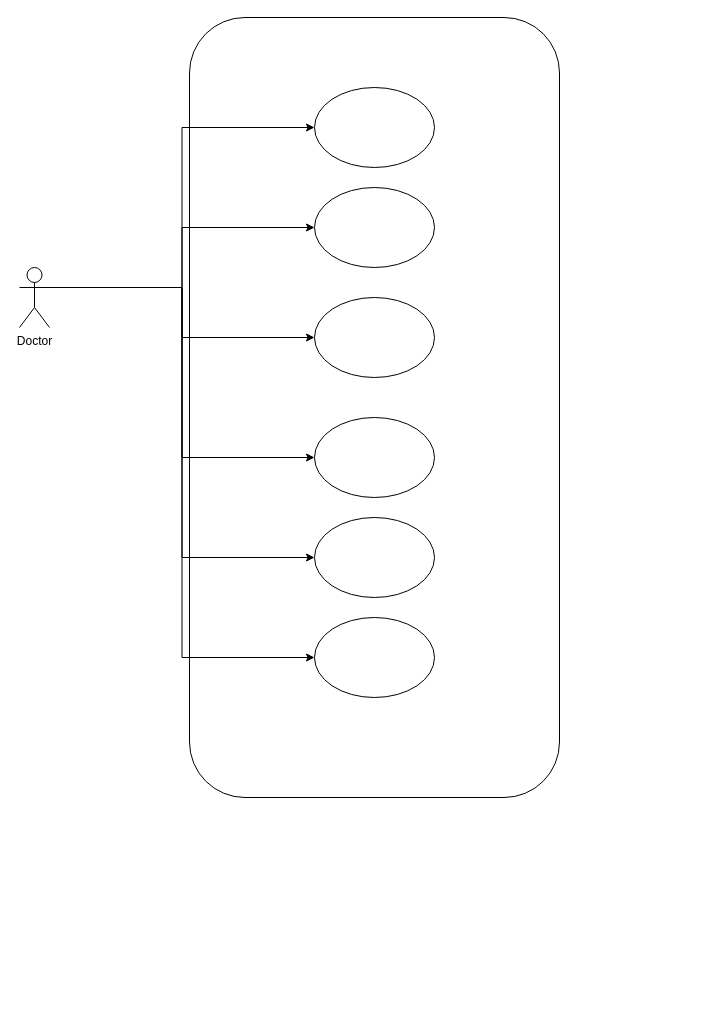
Before: page "doctor" (2 of 5) of STQA.drawio in MohitBurkule/doctorconnect, a draw.io diagram. Source tidied: cells renumbered, new cells numbered last; positions are measured from the earlier drawing's top-left corner, leaving out a move shared by most shapes. Both pictures are drawn from the tidied source at 100%, with x=0, y=0 at pixel (19, 17).
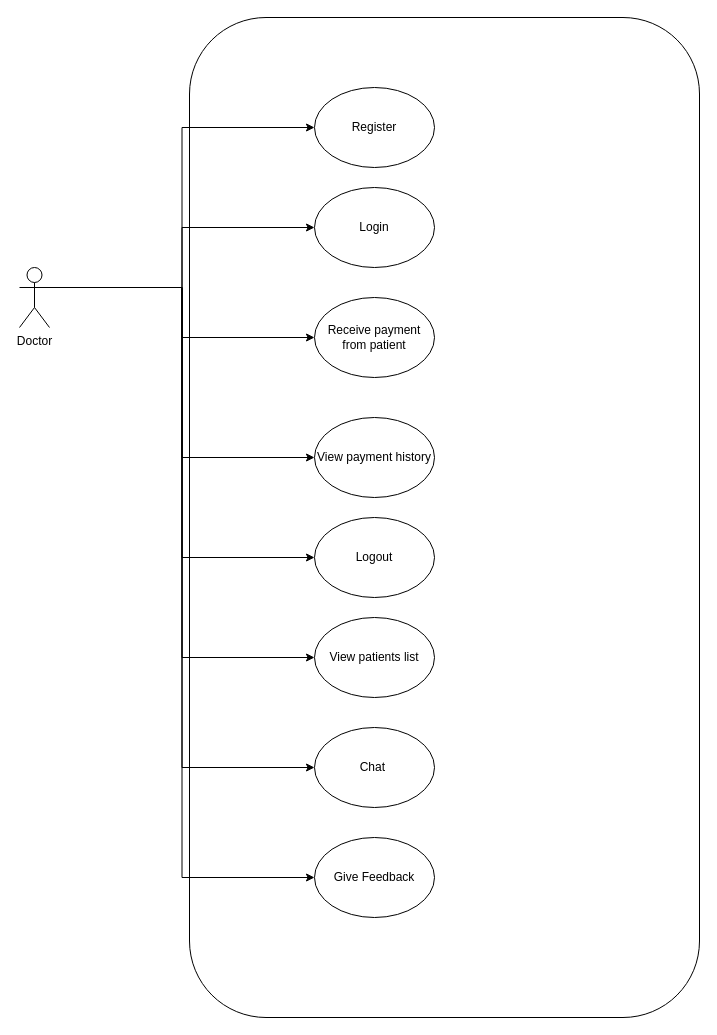
The same diagram, later.

The edit, as a diff of the source:
```diff
@@
 <mxGraphModel>
   <root>
     <mxCell id="0" />
     <mxCell id="1" parent="0" />
     <mxCell id="2" style="rounded=1;whiteSpace=wrap;html=1;" parent="1" vertex="1">
-      <mxGeometry x="170" width="370" height="780" as="geometry" />
+      <mxGeometry x="170" width="510" height="1000" as="geometry" />
     </mxCell>
     <mxCell id="3" style="edgeStyle=orthogonalEdgeStyle;rounded=0;jettySize=auto;html=1;exitX=1;exitY=0.3333333333333333;exitDx=0;exitDy=0;exitPerimeter=0;entryX=0;entryY=0.5;entryDx=0;entryDy=0;" parent="1" edge="1" source="9" target="10">
       <mxGeometry relative="1" as="geometry" />
     </mxCell>
     <mxCell id="4" style="edgeStyle=orthogonalEdgeStyle;rounded=0;jettySize=auto;html=1;exitX=1;exitY=0.3333333333333333;exitDx=0;exitDy=0;exitPerimeter=0;entryX=0;entryY=0.5;entryDx=0;entryDy=0;" parent="1" edge="1" source="9" target="11">
       <mxGeometry relative="1" as="geometry" />
     </mxCell>
     <mxCell id="5" style="edgeStyle=orthogonalEdgeStyle;rounded=0;jettySize=auto;html=1;exitX=1;exitY=0.3333333333333333;exitDx=0;exitDy=0;exitPerimeter=0;entryX=0;entryY=0.5;entryDx=0;entryDy=0;" parent="1" edge="1" source="9" target="12">
       <mxGeometry relative="1" as="geometry" />
     </mxCell>
     <mxCell id="6" style="edgeStyle=orthogonalEdgeStyle;rounded=0;jettySize=auto;html=1;exitX=1;exitY=0.3333333333333333;exitDx=0;exitDy=0;exitPerimeter=0;entryX=0;entryY=0.5;entryDx=0;entryDy=0;" parent="1" edge="1" source="9" target="13">
       <mxGeometry relative="1" as="geometry" />
     </mxCell>
     <mxCell id="7" style="edgeStyle=orthogonalEdgeStyle;rounded=0;jettySize=auto;html=1;exitX=1;exitY=0.3333333333333333;exitDx=0;exitDy=0;exitPerimeter=0;entryX=0;entryY=0.5;entryDx=0;entryDy=0;" parent="1" edge="1" source="9" target="14">
       <mxGeometry relative="1" as="geometry" />
     </mxCell>
     <mxCell id="8" style="edgeStyle=orthogonalEdgeStyle;rounded=0;jettySize=auto;html=1;exitX=1;exitY=0.3333333333333333;exitDx=0;exitDy=0;exitPerimeter=0;entryX=0;entryY=0.5;entryDx=0;entryDy=0;" parent="1" edge="1" source="9" target="15">
       <mxGeometry relative="1" as="geometry" />
     </mxCell>
+    <mxCell id="16" style="edgeStyle=orthogonalEdgeStyle;rounded=0;jettySize=auto;html=1;exitX=1;exitY=0.3333333333333333;exitDx=0;exitDy=0;exitPerimeter=0;entryX=0;entryY=0.5;entryDx=0;entryDy=0;" parent="1" edge="1" source="9" target="19">
+      <mxGeometry relative="1" as="geometry" />
+    </mxCell>
+    <mxCell id="17" style="edgeStyle=orthogonalEdgeStyle;rounded=0;jettySize=auto;html=1;exitX=1;exitY=0.3333333333333333;exitDx=0;exitDy=0;exitPerimeter=0;entryX=0;entryY=0.5;entryDx=0;entryDy=0;" parent="1" edge="1" source="9" target="18">
+      <mxGeometry relative="1" as="geometry" />
+    </mxCell>
     <mxCell id="9" value="Doctor" style="shape=umlActor;verticalLabelPosition=bottom;verticalAlign=top;html=1;outlineConnect=0;" parent="1" vertex="1">
       <mxGeometry y="250" width="30" height="60" as="geometry" />
     </mxCell>
-    <mxCell id="10" style="ellipse;whiteSpace=wrap;html=1;" parent="1" vertex="1">
+    <mxCell id="10" value="Register" style="ellipse;whiteSpace=wrap;html=1;" parent="1" vertex="1">
       <mxGeometry x="295" y="70" width="120" height="80" as="geometry" />
     </mxCell>
-    <mxCell id="11" style="ellipse;whiteSpace=wrap;html=1;" parent="1" vertex="1">
+    <mxCell id="11" value="Login" style="ellipse;whiteSpace=wrap;html=1;" parent="1" vertex="1">
       <mxGeometry x="295" y="170" width="120" height="80" as="geometry" />
     </mxCell>
-    <mxCell id="12" style="ellipse;whiteSpace=wrap;html=1;" parent="1" vertex="1">
+    <mxCell id="12" value="Receive payment from patient" style="ellipse;whiteSpace=wrap;html=1;" parent="1" vertex="1">
       <mxGeometry x="295" y="280" width="120" height="80" as="geometry" />
     </mxCell>
-    <mxCell id="13" style="ellipse;whiteSpace=wrap;html=1;" parent="1" vertex="1">
+    <mxCell id="13" value="View payment history" style="ellipse;whiteSpace=wrap;html=1;" parent="1" vertex="1">
       <mxGeometry x="295" y="400" width="120" height="80" as="geometry" />
     </mxCell>
-    <mxCell id="14" style="ellipse;whiteSpace=wrap;html=1;" parent="1" vertex="1">
+    <mxCell id="14" value="Logout" style="ellipse;whiteSpace=wrap;html=1;" parent="1" vertex="1">
       <mxGeometry x="295" y="500" width="120" height="80" as="geometry" />
     </mxCell>
-    <mxCell id="15" style="ellipse;whiteSpace=wrap;html=1;" parent="1" vertex="1">
+    <mxCell id="15" value="View patients list" style="ellipse;whiteSpace=wrap;html=1;" parent="1" vertex="1">
       <mxGeometry x="295" y="600" width="120" height="80" as="geometry" />
     </mxCell>
+    <mxCell id="18" value="Chat&amp;nbsp;" style="ellipse;whiteSpace=wrap;html=1;" parent="1" vertex="1">
+      <mxGeometry x="295" y="710" width="120" height="80" as="geometry" />
+    </mxCell>
+    <mxCell id="19" value="Give Feedback" style="ellipse;whiteSpace=wrap;html=1;" parent="1" vertex="1">
+      <mxGeometry x="295" y="820" width="120" height="80" as="geometry" />
+    </mxCell>
   </root>
 </mxGraphModel>
```
